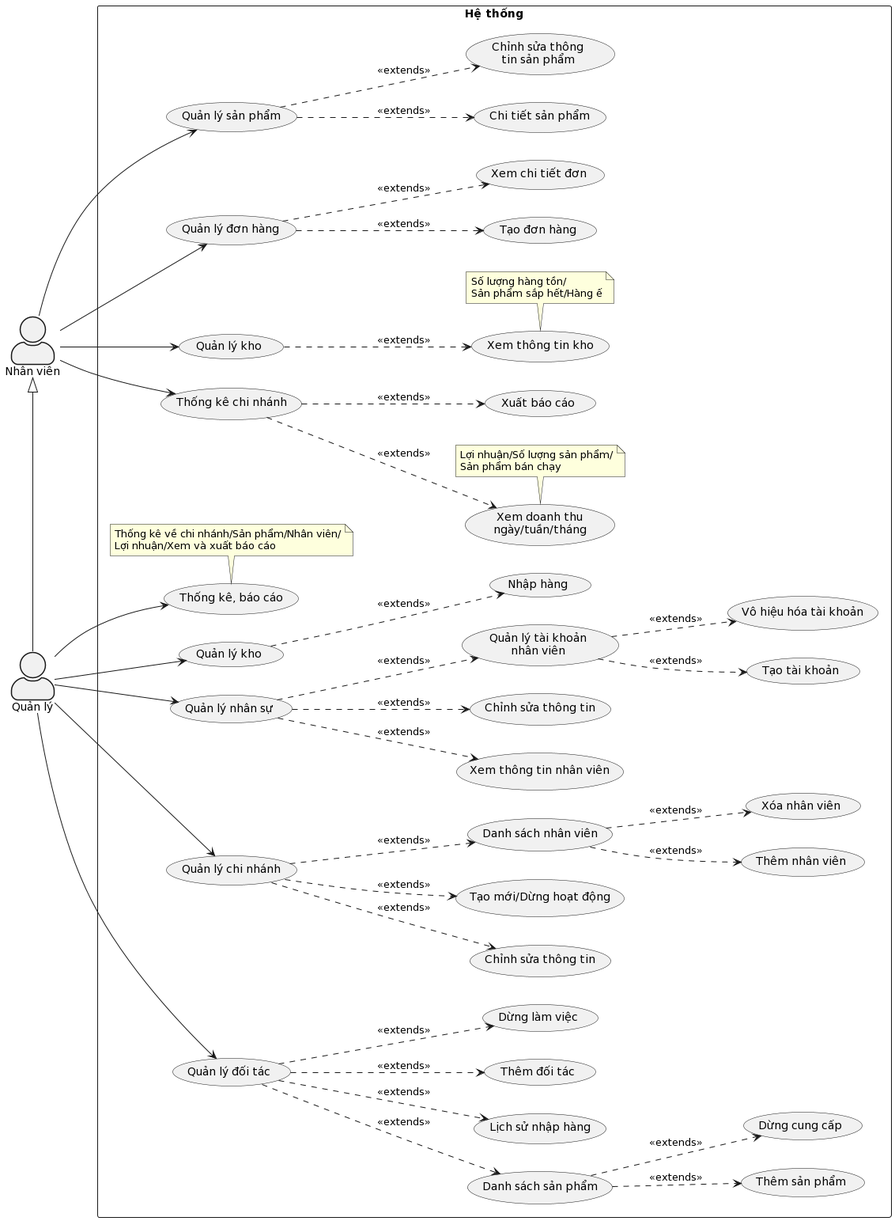
Earlier version of the PlantUML export Lab 1/Lab 1.2/usecase_diagram/usecase2.png (H1eu69/SE357-Pratice-class).
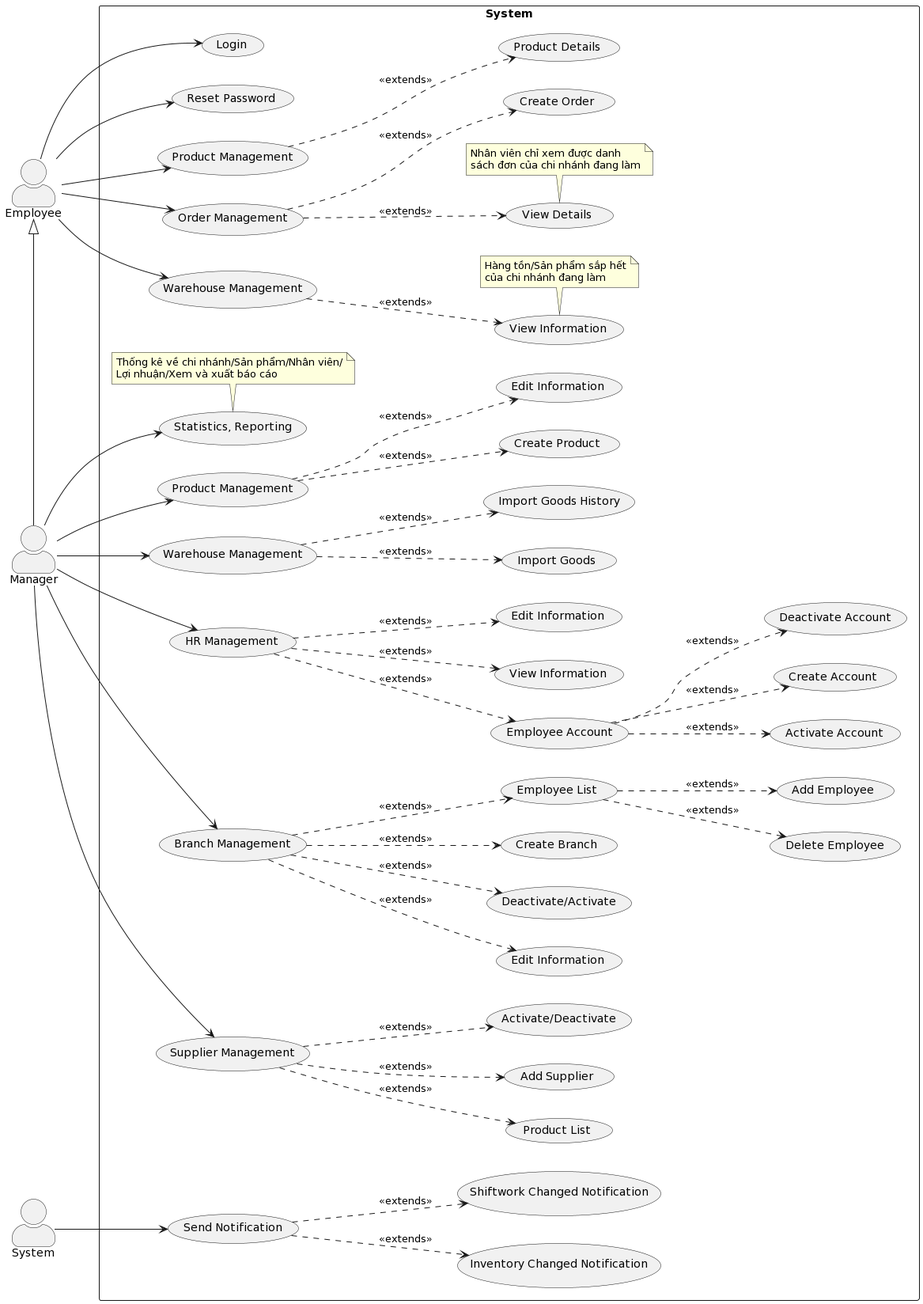
The same file after the commit.

Change to the diagram source:
```diff
@@ -2,64 +2,76 @@
 skinparam actorStyle awesome
 left to right direction
 
-actor "Nhân viên" as employee
-actor "Quản lý" as manager
+actor "Employee" as employee
+actor "Manager" as manager
+actor "System" as system
+
 
 employee <|- manager
 
-rectangle "Hệ thống" as SystemFeatures {
-  usecase "Quản lý sản phẩm" as manageProducts
-  usecase "Quản lý đơn hàng" as manageOrders
-  usecase "Quản lý kho" as manageWarehouse
-  usecase "Quản lý kho" as adminManageWarehouse
-  usecase "Thống kê chi nhánh" as statistic
+rectangle "System" as SystemFeatures {
+  usecase "Login" as login
+  usecase "Reset Password" as resetPass
 
-  usecase "Thống kê, báo cáo" as adminStatistic
-  usecase "Quản lý nhân sự" as manageStaffs
-  usecase "Quản lý chi nhánh" as manageBranches
-  usecase "Quản lý đối tác" as managePartner
+  usecase "Product Management" as manageProducts
+  usecase "Product Management" as adManageProducts
+  usecase "Order Management" as manageOrders
+  usecase "Warehouse Management" as manageWarehouse
+  usecase "Warehouse Management" as adminManageWarehouse
 
-  usecase "Chi tiết sản phẩm" as productDetails
-  usecase "Chỉnh sửa thông\ntin sản phẩm" as editProductInfo
+  usecase "Statistics, Reporting" as adminStatistic
+  usecase "HR Management" as manageStaffs
+  usecase "Branch Management" as manageBranches
+  usecase "Supplier Management" as managePartner
 
-  usecase "Tạo đơn hàng" as createOrder
-  usecase "Xem chi tiết đơn" as orderDetails
+  usecase "Product Details" as productDetails
+  usecase "Edit Information" as editProductInfo
+  usecase "Create Product" as createProduct
 
-  usecase "Xem thông tin kho" as warehouseDetails
-  usecase "Nhập hàng" as stockIn
+  usecase "Create Order" as createOrder
+  usecase "View Details" as orderDetails
 
-  usecase "Xem doanh thu\nngày/tuần/tháng" as viewStatistic
-  usecase "Xuất báo cáo" as exportReport
+  usecase "View Information" as warehouseDetails
+  usecase "Import Goods" as stockIn
+  usecase "Import Goods History" as stockInHistory
 
-  usecase "Xem thông tin nhân viên" as staffDetails
-  usecase "Chỉnh sửa thông tin" as editStaffProfile
-  usecase "Quản lý tài khoản\nnhân viên" as manageStaffAccount
-  usecase "Tạo tài khoản" as createStaffAccount
-  usecase "Vô hiệu hóa tài khoản" as dismissStaffAccount
+  usecase "View Information" as staffDetails
+  usecase "Edit Information" as editStaffProfile
+  usecase "Employee Account" as manageStaffAccount
+  usecase "Create Account" as createStaffAccount
+  usecase "Deactivate Account" as dismissStaffAccount
+  usecase "Activate Account" as enableStaffAccount
 
-  usecase "Chỉnh sửa thông tin" as updateBranches
-  usecase "Tạo mới/Dừng hoạt động" as cre_delBranches
-  usecase "Danh sách nhân viên" as staffInBranch
-  usecase "Thêm nhân viên" as addStaffInBranch
-  usecase "Xóa nhân viên" as delStaffInBranch
+  usecase "Edit Information" as updateBranches
+  usecase "Deactivate/Activate" as cre_delBranches
+  usecase "Create Branch" as createBranches
+  usecase "Employee List" as staffInBranch
+  usecase "Add Employee" as addStaffInBranch
+  usecase "Delete Employee" as delStaffInBranch
 
-  usecase "Thêm đối tác" as addPartner
-  usecase "Dừng làm việc" as dismissPartner
-  usecase "Danh sách sản phẩm" as partnerProducts
-  usecase "Thêm sản phẩm" as addPartnerProducts
-  usecase "Dừng cung cấp" as delPartnerProducts
-  usecase "Lịch sử nhập hàng" as stockInHistory
+  usecase "Add Supplier" as addPartner
+  usecase "Activate/Deactivate" as dismissPartner
+  usecase "Product List" as partnerProducts
 
-  note bottom of warehouseDetails: Số lượng hàng tồn/\nSản phẩm sắp hết/Hàng ế
-  note bottom of viewStatistic: Lợi nhuận/Số lượng sản phẩm/\nSản phẩm bán chạy
+  usecase "Send Notification" as sendNoti
+  usecase "Inventory Changed Notification" as invenNoti
+  usecase "Shiftwork Changed Notification" as shiftworkNoti
+
+  note bottom of warehouseDetails: Hàng tồn/Sản phẩm sắp hết\ncủa chi nhánh đang làm
   note bottom of adminStatistic: Thống kê về chi nhánh/Sản phẩm/Nhân viên/\nLợi nhuận/Xem và xuất báo cáo
+  note bottom of orderDetails: Nhân viên chỉ xem được danh\nsách đơn của chi nhánh đang làm
 }
+system --> sendNoti
+sendNoti ..> invenNoti: <<extends>>
+sendNoti ..> shiftworkNoti: <<extends>>
 
 employee --> manageProducts
 employee --> manageOrders
 employee --> manageWarehouse
-employee --> statistic
+employee --> login
+employee --> resetPass
 
+manager --> adManageProducts
 manager --> adminStatistic
 manager --> manageStaffs
 manager --> manageBranches
@@ -67,33 +79,32 @@
 manager --> adminManageWarehouse
 
 manageProducts ..> productDetails: <<extends>>
-manageProducts ..> editProductInfo: <<extends>>
+
+adManageProducts ..> editProductInfo: <<extends>>
+adManageProducts ..> createProduct: <<extends>>
 
 manageOrders ..> createOrder: <<extends>>
 manageOrders ..> orderDetails: <<extends>>
 
 manageWarehouse ..> warehouseDetails: <<extends>>
 adminManageWarehouse ..> stockIn: <<extends>>
-
-statistic ..> viewStatistic: <<extends>>
-statistic ..> exportReport: <<extends>>
+adminManageWarehouse ..> stockInHistory: <<extends>>
 
 manageStaffs ..> staffDetails: <<extends>>
 manageStaffs ..> editStaffProfile: <<extends>>
 manageStaffs ..> manageStaffAccount: <<extends>>
 manageStaffAccount ..> createStaffAccount: <<extends>>
 manageStaffAccount ..> dismissStaffAccount: <<extends>>
+manageStaffAccount ..> enableStaffAccount: <<extends>>
 
 manageBranches ..> updateBranches: <<extends>>
 manageBranches ..> cre_delBranches: <<extends>>
 manageBranches ..> staffInBranch: <<extends>>
+manageBranches ..> createBranches: <<extends>>
 staffInBranch ..> addStaffInBranch: <<extends>>
 staffInBranch ..> delStaffInBranch: <<extends>>
 
 managePartner ..> addPartner: <<extends>>
 managePartner ..> dismissPartner: <<extends>>
 managePartner ..> partnerProducts: <<extends>>
-managePartner ..> stockInHistory: <<extends>>
-partnerProducts ..> addPartnerProducts: <<extends>>
-partnerProducts ..> delPartnerProducts: <<extends>>
 @enduml
```
